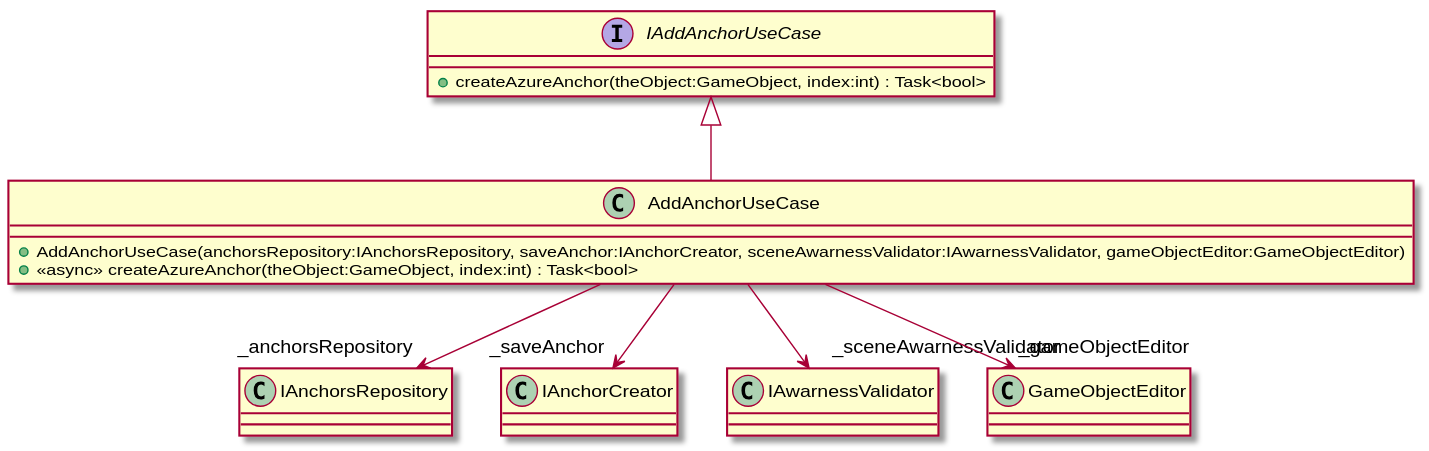
The PlantUML diagram UML/usecases/AddAnchorUseCase.svg in DeNatur/ProductionFloorVisualization, before a commit. Source of this version:
```plantuml
@startuml
interface IAddAnchorUseCase {
    + createAzureAnchor(theObject:GameObject, index:int) : Task<bool>
}
class AddAnchorUseCase {
    + AddAnchorUseCase(anchorsRepository:IAnchorsRepository, saveAnchor:IAnchorCreator, sceneAwarnessValidator:IAwarnessValidator, gameObjectEditor:GameObjectEditor)
    + <<async>> createAzureAnchor(theObject:GameObject, index:int) : Task<bool>
}
IAddAnchorUseCase <|-- AddAnchorUseCase
AddAnchorUseCase --> "_anchorsRepository" IAnchorsRepository
AddAnchorUseCase --> "_saveAnchor" IAnchorCreator
AddAnchorUseCase --> "_sceneAwarnessValidator" IAwarnessValidator
AddAnchorUseCase --> "_gameObjectEditor" GameObjectEditor
@enduml
```
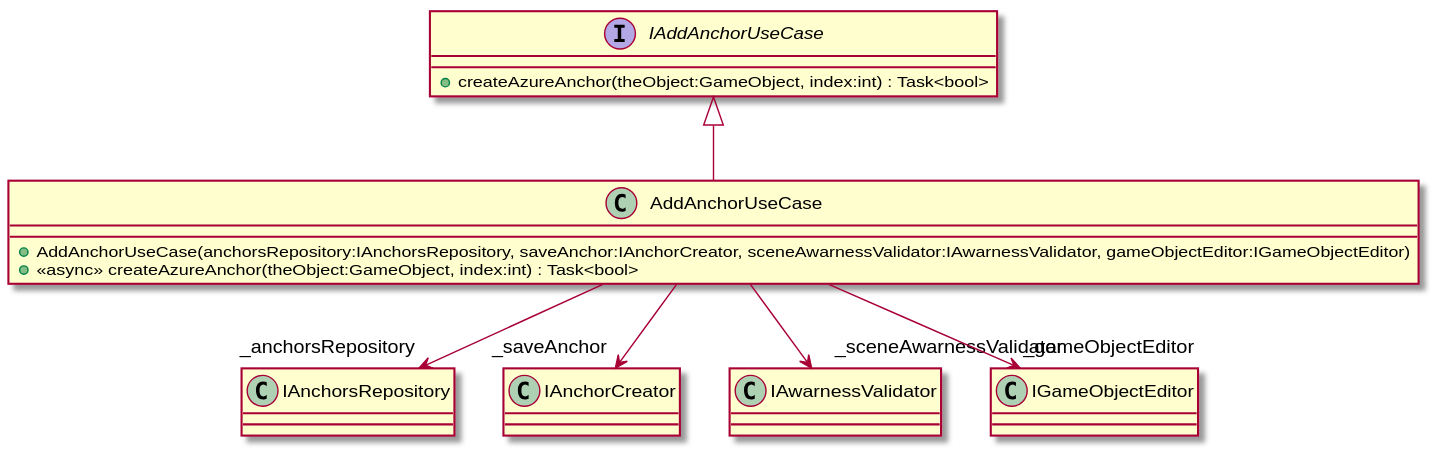
The same file after the commit.

What changed in the source:
```diff
@@ -3,12 +3,12 @@
     + createAzureAnchor(theObject:GameObject, index:int) : Task<bool>
 }
 class AddAnchorUseCase {
-    + AddAnchorUseCase(anchorsRepository:IAnchorsRepository, saveAnchor:IAnchorCreator, sceneAwarnessValidator:IAwarnessValidator, gameObjectEditor:GameObjectEditor)
+    + AddAnchorUseCase(anchorsRepository:IAnchorsRepository, saveAnchor:IAnchorCreator, sceneAwarnessValidator:IAwarnessValidator, gameObjectEditor:IGameObjectEditor)
     + <<async>> createAzureAnchor(theObject:GameObject, index:int) : Task<bool>
 }
 IAddAnchorUseCase <|-- AddAnchorUseCase
 AddAnchorUseCase --> "_anchorsRepository" IAnchorsRepository
 AddAnchorUseCase --> "_saveAnchor" IAnchorCreator
 AddAnchorUseCase --> "_sceneAwarnessValidator" IAwarnessValidator
-AddAnchorUseCase --> "_gameObjectEditor" GameObjectEditor
+AddAnchorUseCase --> "_gameObjectEditor" IGameObjectEditor
 @enduml
```
